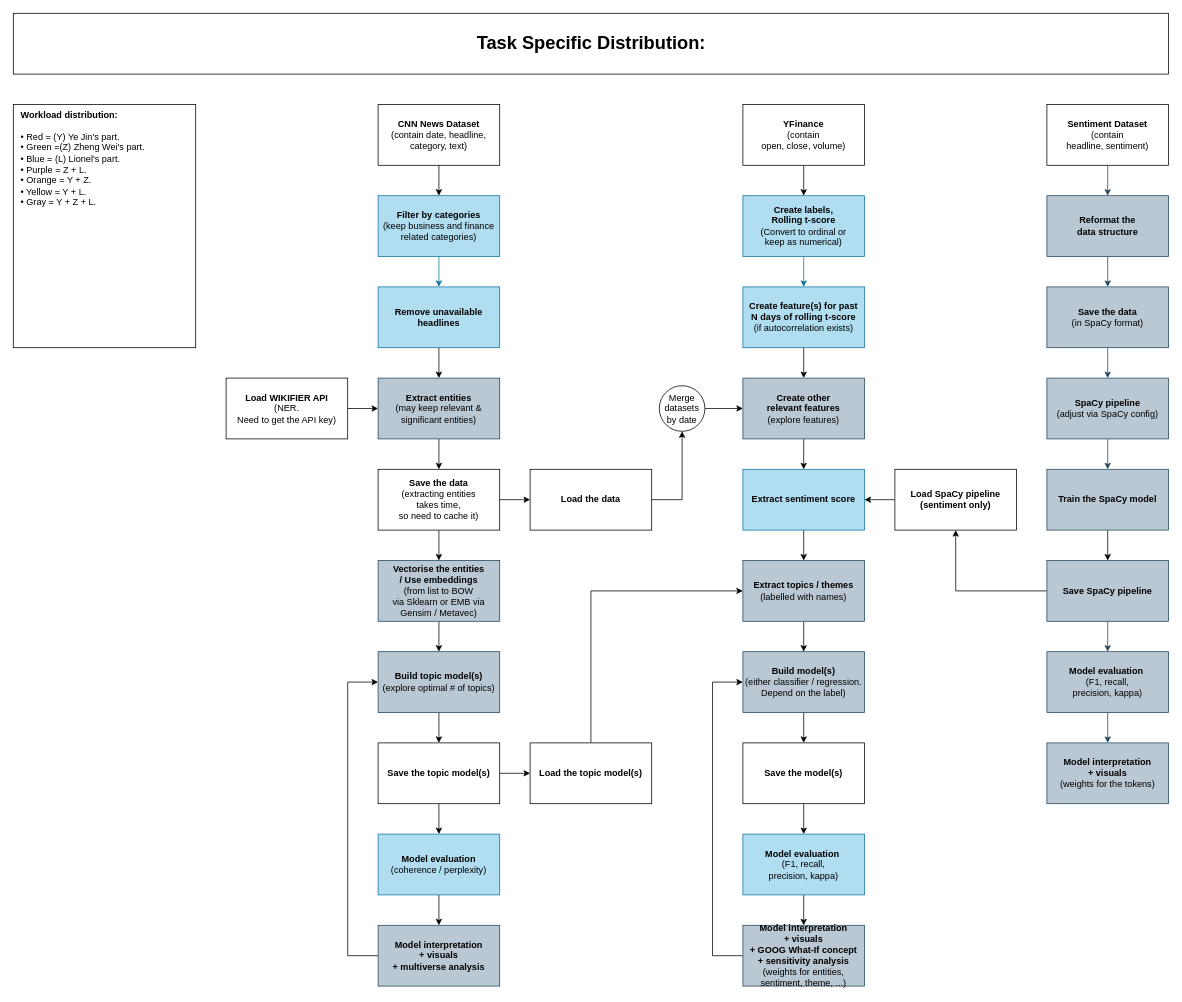
Above: page "task-distribution" (2 of 6) of docs/flowchart/processing_flowchart.drawio in lioneltayyd/MADS-M2-estimating-news-impact-on-financial-market (draw.io), before the change. Source tidied: cells renumbered, new cells numbered last; positions are measured from the earlier drawing's top-left corner, leaving out a move shared by most shapes. Both pictures are drawn from the tidied source at 76%, with x=0, y=0 at pixel (13, 13).
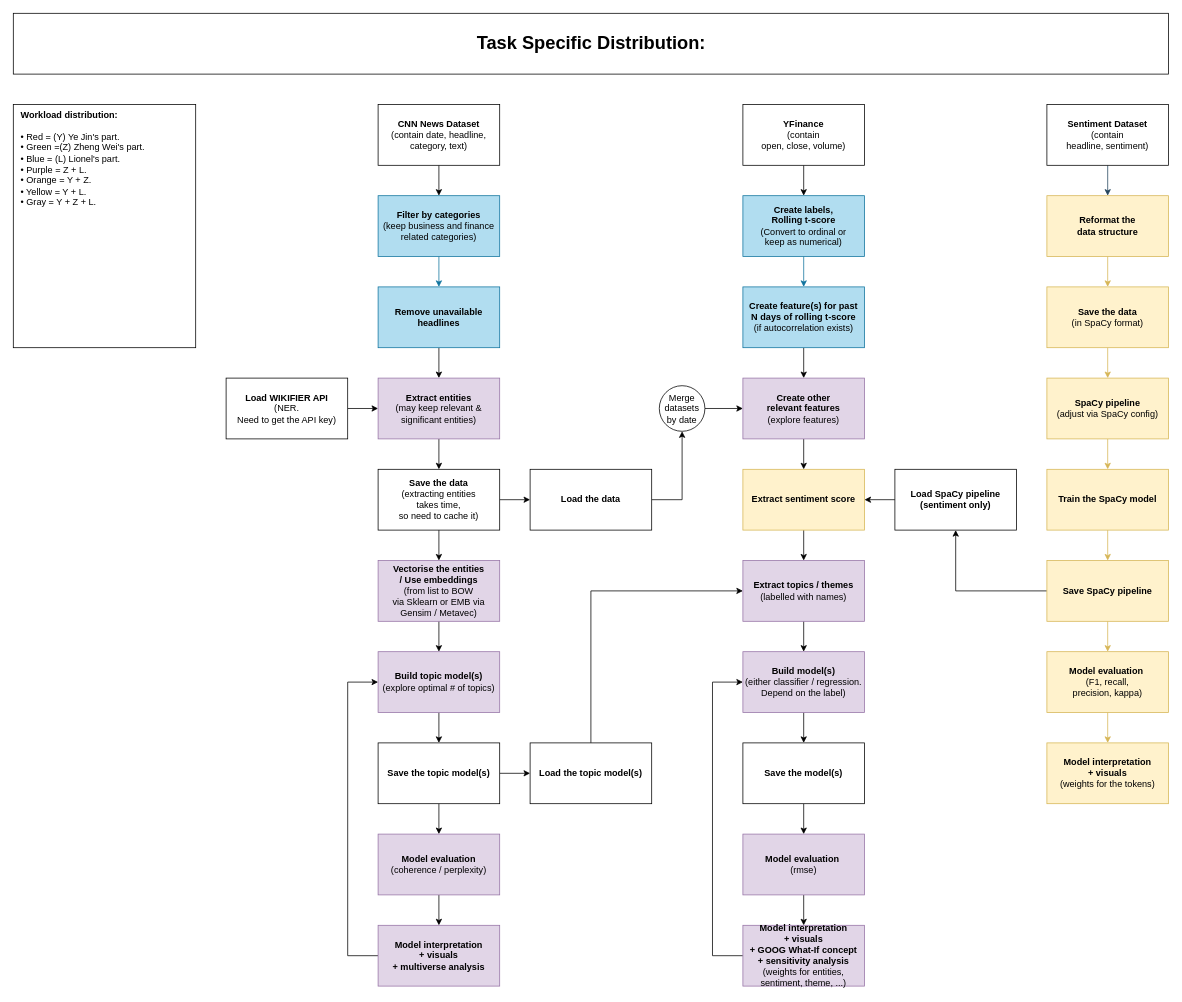
The same page after the edit.

What changed in the source:
```diff
@@
-    <mxCell id="13" value="&lt;b&gt;Extract entities&lt;/b&gt;&lt;br&gt;(may keep relevant &amp;amp; significant entities)" style="rounded=0;whiteSpace=wrap;html=1;fillColor=#bac8d3;strokeColor=#23445d;" parent="1" vertex="1">
+    <mxCell id="13" value="&lt;b&gt;Extract entities&lt;/b&gt;&lt;br&gt;(may keep relevant &amp;amp; significant entities)" style="rounded=0;whiteSpace=wrap;html=1;fillColor=#e1d5e7;strokeColor=#9673a6;" parent="1" vertex="1">
       <mxGeometry x="480" y="480" width="160" height="80" as="geometry" />
     </mxCell>
@@
-    <mxCell id="17" value="&lt;b&gt;Extract sentiment score&lt;/b&gt;" style="rounded=0;whiteSpace=wrap;html=1;fillColor=#b1ddf0;strokeColor=#10739e;" parent="1" vertex="1">
+    <mxCell id="17" value="&lt;b&gt;Extract sentiment score&lt;/b&gt;" style="rounded=0;whiteSpace=wrap;html=1;fillColor=#fff2cc;strokeColor=#d6b656;" parent="1" vertex="1">
       <mxGeometry x="960" y="600" width="160" height="80" as="geometry" />
     </mxCell>
@@
-    <mxCell id="19" value="&lt;b&gt;Vectorise the entities &lt;br&gt;/ Use embeddings&lt;/b&gt;&lt;br&gt;(from list to BOW &lt;br&gt;via Sklearn or EMB via Gensim / Metavec)" style="rounded=0;whiteSpace=wrap;html=1;fillColor=#bac8d3;strokeColor=#23445d;" parent="1" vertex="1">
+    <mxCell id="19" value="&lt;b&gt;Vectorise the entities &lt;br&gt;/ Use embeddings&lt;/b&gt;&lt;br&gt;(from list to BOW &lt;br&gt;via Sklearn or EMB via Gensim / Metavec)" style="rounded=0;whiteSpace=wrap;html=1;fillColor=#e1d5e7;strokeColor=#9673a6;" parent="1" vertex="1">
       <mxGeometry x="480" y="720" width="160" height="80" as="geometry" />
     </mxCell>
@@
-    <mxCell id="21" value="&lt;b&gt;Build topic model(s)&lt;/b&gt;&lt;br&gt;(explore optimal # of topics)" style="rounded=0;whiteSpace=wrap;html=1;fillColor=#bac8d3;strokeColor=#23445d;" parent="1" vertex="1">
+    <mxCell id="21" value="&lt;b&gt;Build topic model(s)&lt;/b&gt;&lt;br&gt;(explore optimal # of topics)" style="rounded=0;whiteSpace=wrap;html=1;fillColor=#e1d5e7;strokeColor=#9673a6;" parent="1" vertex="1">
       <mxGeometry x="480" y="840" width="160" height="80" as="geometry" />
     </mxCell>
@@
-    <mxCell id="23" value="&lt;b&gt;Model interpretation &lt;br&gt;+ visuals&lt;br&gt;+ multiverse analysis&lt;br&gt;&lt;/b&gt;" style="rounded=0;whiteSpace=wrap;html=1;fillColor=#bac8d3;strokeColor=#23445d;" parent="1" vertex="1">
+    <mxCell id="23" value="&lt;b&gt;Model interpretation &lt;br&gt;+ visuals&lt;br&gt;+ multiverse analysis&lt;br&gt;&lt;/b&gt;" style="rounded=0;whiteSpace=wrap;html=1;fillColor=#e1d5e7;strokeColor=#9673a6;" parent="1" vertex="1">
       <mxGeometry x="480" y="1200" width="160" height="80" as="geometry" />
     </mxCell>
@@
-    <mxCell id="25" value="&lt;b&gt;Model evaluation &lt;/b&gt;(coherence / perplexity)" style="rounded=0;whiteSpace=wrap;html=1;fillColor=#b1ddf0;strokeColor=#10739e;" parent="1" vertex="1">
+    <mxCell id="25" value="&lt;b&gt;Model evaluation &lt;/b&gt;(coherence / perplexity)" style="rounded=0;whiteSpace=wrap;html=1;fillColor=#e1d5e7;strokeColor=#9673a6;" parent="1" vertex="1">
       <mxGeometry x="480" y="1080" width="160" height="80" as="geometry" />
     </mxCell>
@@
-    <mxCell id="41" value="&lt;b&gt;Create other&lt;br&gt;relevant features&lt;/b&gt;&lt;br&gt;(explore features)" style="rounded=0;whiteSpace=wrap;html=1;fillColor=#bac8d3;strokeColor=#23445d;" parent="1" vertex="1">
+    <mxCell id="41" value="&lt;b&gt;Create other&lt;br&gt;relevant features&lt;/b&gt;&lt;br&gt;(explore features)" style="rounded=0;whiteSpace=wrap;html=1;fillColor=#e1d5e7;strokeColor=#9673a6;" parent="1" vertex="1">
       <mxGeometry x="960" y="480" width="160" height="80" as="geometry" />
     </mxCell>
@@
-    <mxCell id="45" value="&lt;b&gt;Extract topics / themes&lt;/b&gt;&lt;br&gt;(labelled with names)" style="rounded=0;whiteSpace=wrap;html=1;fillColor=#bac8d3;strokeColor=#23445d;" parent="1" vertex="1">
+    <mxCell id="45" value="&lt;b&gt;Extract topics / themes&lt;/b&gt;&lt;br&gt;(labelled with names)" style="rounded=0;whiteSpace=wrap;html=1;fillColor=#e1d5e7;strokeColor=#9673a6;" parent="1" vertex="1">
       <mxGeometry x="960" y="720" width="160" height="80" as="geometry" />
     </mxCell>
@@
-    <mxCell id="49" value="&lt;b&gt;Model interpretation &lt;br&gt;+ visuals&lt;br&gt;+ GOOG What-If concept&lt;br&gt;&lt;/b&gt;&lt;b&gt;+ sensitivity analysis&lt;/b&gt;&lt;br&gt;(weights for entities, sentiment, theme, ...)" style="rounded=0;whiteSpace=wrap;html=1;fillColor=#bac8d3;strokeColor=#23445d;" parent="1" vertex="1">
+    <mxCell id="49" value="&lt;b&gt;Model interpretation &lt;br&gt;+ visuals&lt;br&gt;+ GOOG What-If concept&lt;br&gt;&lt;/b&gt;&lt;b&gt;+ sensitivity analysis&lt;/b&gt;&lt;br&gt;(weights for entities, sentiment, theme, ...)" style="rounded=0;whiteSpace=wrap;html=1;fillColor=#e1d5e7;strokeColor=#9673a6;" parent="1" vertex="1">
       <mxGeometry x="960" y="1200" width="160" height="80" as="geometry" />
     </mxCell>
@@
-    <mxCell id="51" value="&lt;b&gt;Model evaluation&amp;nbsp;&lt;br&gt;&lt;/b&gt;(F1, recall, &lt;br&gt;precision, kappa)" style="rounded=0;whiteSpace=wrap;html=1;fillColor=#b1ddf0;strokeColor=#10739e;" parent="1" vertex="1">
+    <mxCell id="51" value="&lt;b&gt;Model evaluation&amp;nbsp;&lt;br&gt;&lt;/b&gt;(rmse)" style="rounded=0;whiteSpace=wrap;html=1;fillColor=#e1d5e7;strokeColor=#9673a6;" parent="1" vertex="1">
       <mxGeometry x="960" y="1080" width="160" height="80" as="geometry" />
     </mxCell>
@@
-    <mxCell id="55" value="&lt;b&gt;Build model(s)&lt;/b&gt;&lt;br&gt;(either classifier / regression. &lt;br&gt;Depend on the label)" style="rounded=0;whiteSpace=wrap;html=1;fillColor=#bac8d3;strokeColor=#23445d;" parent="1" vertex="1">
+    <mxCell id="55" value="&lt;b&gt;Build model(s)&lt;/b&gt;&lt;br&gt;(either classifier / regression. &lt;br&gt;Depend on the label)" style="rounded=0;whiteSpace=wrap;html=1;fillColor=#e1d5e7;strokeColor=#9673a6;" parent="1" vertex="1">
       <mxGeometry x="960" y="840" width="160" height="80" as="geometry" />
     </mxCell>
@@
-    <mxCell id="58" style="edgeStyle=orthogonalEdgeStyle;rounded=0;jettySize=auto;html=1;endArrow=classic;endFill=1;fillColor=#bac8d3;strokeColor=#23445d;" parent="1" edge="1" source="59" target="68">
+    <mxCell id="58" style="edgeStyle=orthogonalEdgeStyle;rounded=0;jettySize=auto;html=1;endArrow=classic;endFill=1;fillColor=#fff2cc;strokeColor=#d6b656;" parent="1" edge="1" source="59" target="68">
       <mxGeometry relative="1" as="geometry" />
     </mxCell>
-    <mxCell id="59" value="&lt;b&gt;SpaCy pipeline&lt;/b&gt;&lt;br&gt;(adjust via SpaCy config)" style="rounded=0;whiteSpace=wrap;html=1;fillColor=#bac8d3;strokeColor=#23445d;" parent="1" vertex="1">
+    <mxCell id="59" value="&lt;b&gt;SpaCy pipeline&lt;/b&gt;&lt;br&gt;(adjust via SpaCy config)" style="rounded=0;whiteSpace=wrap;html=1;fillColor=#fff2cc;strokeColor=#d6b656;" parent="1" vertex="1">
       <mxGeometry x="1360" y="480" width="160" height="80" as="geometry" />
     </mxCell>
-    <mxCell id="60" style="edgeStyle=orthogonalEdgeStyle;rounded=0;jettySize=auto;html=1;fillColor=#bac8d3;strokeColor=#23445d;" parent="1" edge="1" source="61" target="63">
+    <mxCell id="60" style="edgeStyle=orthogonalEdgeStyle;rounded=0;jettySize=auto;html=1;fillColor=#fff2cc;strokeColor=#d6b656;" parent="1" edge="1" source="61" target="63">
       <mxGeometry relative="1" as="geometry" />
     </mxCell>
-    <mxCell id="61" value="&lt;b&gt;Reformat the &lt;br&gt;data structure&lt;/b&gt;" style="rounded=0;whiteSpace=wrap;html=1;fillColor=#bac8d3;strokeColor=#23445d;" parent="1" vertex="1">
+    <mxCell id="61" value="&lt;b&gt;Reformat the &lt;br&gt;data structure&lt;/b&gt;" style="rounded=0;whiteSpace=wrap;html=1;fillColor=#fff2cc;strokeColor=#d6b656;" parent="1" vertex="1">
       <mxGeometry x="1360" y="240" width="160" height="80" as="geometry" />
     </mxCell>
-    <mxCell id="62" style="edgeStyle=orthogonalEdgeStyle;rounded=0;jettySize=auto;html=1;fillColor=#bac8d3;strokeColor=#23445d;" parent="1" edge="1" source="63" target="59">
+    <mxCell id="62" style="edgeStyle=orthogonalEdgeStyle;rounded=0;jettySize=auto;html=1;fillColor=#fff2cc;strokeColor=#d6b656;" parent="1" edge="1" source="63" target="59">
       <mxGeometry relative="1" as="geometry" />
     </mxCell>
-    <mxCell id="63" value="&lt;b&gt;Save the data &lt;/b&gt;&lt;br&gt;(in SpaCy format)" style="rounded=0;whiteSpace=wrap;html=1;fillColor=#bac8d3;strokeColor=#23445d;" parent="1" vertex="1">
+    <mxCell id="63" value="&lt;b&gt;Save the data &lt;/b&gt;&lt;br&gt;(in SpaCy format)" style="rounded=0;whiteSpace=wrap;html=1;fillColor=#fff2cc;strokeColor=#d6b656;" parent="1" vertex="1">
       <mxGeometry x="1360" y="360" width="160" height="80" as="geometry" />
     </mxCell>
-    <mxCell id="64" style="edgeStyle=orthogonalEdgeStyle;rounded=0;jettySize=auto;html=1;endArrow=classic;endFill=1;fillColor=#bac8d3;strokeColor=#23445d;" parent="1" edge="1" source="66" target="71">
+    <mxCell id="64" style="edgeStyle=orthogonalEdgeStyle;rounded=0;jettySize=auto;html=1;endArrow=classic;endFill=1;fillColor=#fff2cc;strokeColor=#d6b656;" parent="1" edge="1" source="66" target="71">
       <mxGeometry relative="1" as="geometry" />
     </mxCell>
@@
-    <mxCell id="66" value="&lt;b&gt;Save SpaCy pipeline&lt;/b&gt;" style="rounded=0;whiteSpace=wrap;html=1;fillColor=#bac8d3;strokeColor=#23445d;" parent="1" vertex="1">
+    <mxCell id="66" value="&lt;b&gt;Save SpaCy pipeline&lt;/b&gt;" style="rounded=0;whiteSpace=wrap;html=1;fillColor=#fff2cc;strokeColor=#d6b656;" parent="1" vertex="1">
       <mxGeometry x="1360" y="720" width="160" height="80" as="geometry" />
     </mxCell>
-    <mxCell id="67" style="edgeStyle=orthogonalEdgeStyle;rounded=0;jettySize=auto;html=1;endArrow=classic;endFill=1;" parent="1" edge="1" source="68" target="66">
+    <mxCell id="67" style="edgeStyle=orthogonalEdgeStyle;rounded=0;jettySize=auto;html=1;endArrow=classic;endFill=1;fillColor=#fff2cc;strokeColor=#d6b656;" parent="1" edge="1" source="68" target="66">
       <mxGeometry relative="1" as="geometry" />
     </mxCell>
-    <mxCell id="68" value="&lt;b&gt;Train the SpaCy model&lt;/b&gt;" style="rounded=0;whiteSpace=wrap;html=1;fillColor=#bac8d3;strokeColor=#23445d;" parent="1" vertex="1">
+    <mxCell id="68" value="&lt;b&gt;Train the SpaCy model&lt;/b&gt;" style="rounded=0;whiteSpace=wrap;html=1;fillColor=#fff2cc;strokeColor=#d6b656;" parent="1" vertex="1">
       <mxGeometry x="1360" y="600" width="160" height="80" as="geometry" />
     </mxCell>
-    <mxCell id="69" value="&lt;b&gt;Model interpretation &lt;br&gt;+ visuals&lt;br&gt;&lt;/b&gt;(weights for the tokens)" style="rounded=0;whiteSpace=wrap;html=1;fillColor=#bac8d3;strokeColor=#23445d;" parent="1" vertex="1">
+    <mxCell id="69" value="&lt;b&gt;Model interpretation &lt;br&gt;+ visuals&lt;br&gt;&lt;/b&gt;(weights for the tokens)" style="rounded=0;whiteSpace=wrap;html=1;fillColor=#fff2cc;strokeColor=#d6b656;" parent="1" vertex="1">
       <mxGeometry x="1360" y="960" width="160" height="80" as="geometry" />
     </mxCell>
-    <mxCell id="70" style="edgeStyle=orthogonalEdgeStyle;rounded=0;jettySize=auto;html=1;endArrow=classic;endFill=1;fillColor=#bac8d3;strokeColor=#23445d;" parent="1" edge="1" source="71" target="69">
+    <mxCell id="70" style="edgeStyle=orthogonalEdgeStyle;rounded=0;jettySize=auto;html=1;endArrow=classic;endFill=1;fillColor=#fff2cc;strokeColor=#d6b656;" parent="1" edge="1" source="71" target="69">
       <mxGeometry relative="1" as="geometry" />
     </mxCell>
-    <mxCell id="71" value="&lt;b&gt;Model evaluation&amp;nbsp;&lt;br&gt;&lt;/b&gt;(F1, recall, &lt;br&gt;precision, kappa)" style="rounded=0;whiteSpace=wrap;html=1;fillColor=#bac8d3;strokeColor=#23445d;" parent="1" vertex="1">
+    <mxCell id="71" value="&lt;b&gt;Model evaluation&amp;nbsp;&lt;br&gt;&lt;/b&gt;(F1, recall, &lt;br&gt;precision, kappa)" style="rounded=0;whiteSpace=wrap;html=1;fillColor=#fff2cc;strokeColor=#d6b656;" parent="1" vertex="1">
       <mxGeometry x="1360" y="840" width="160" height="80" as="geometry" />
     </mxCell>
```
